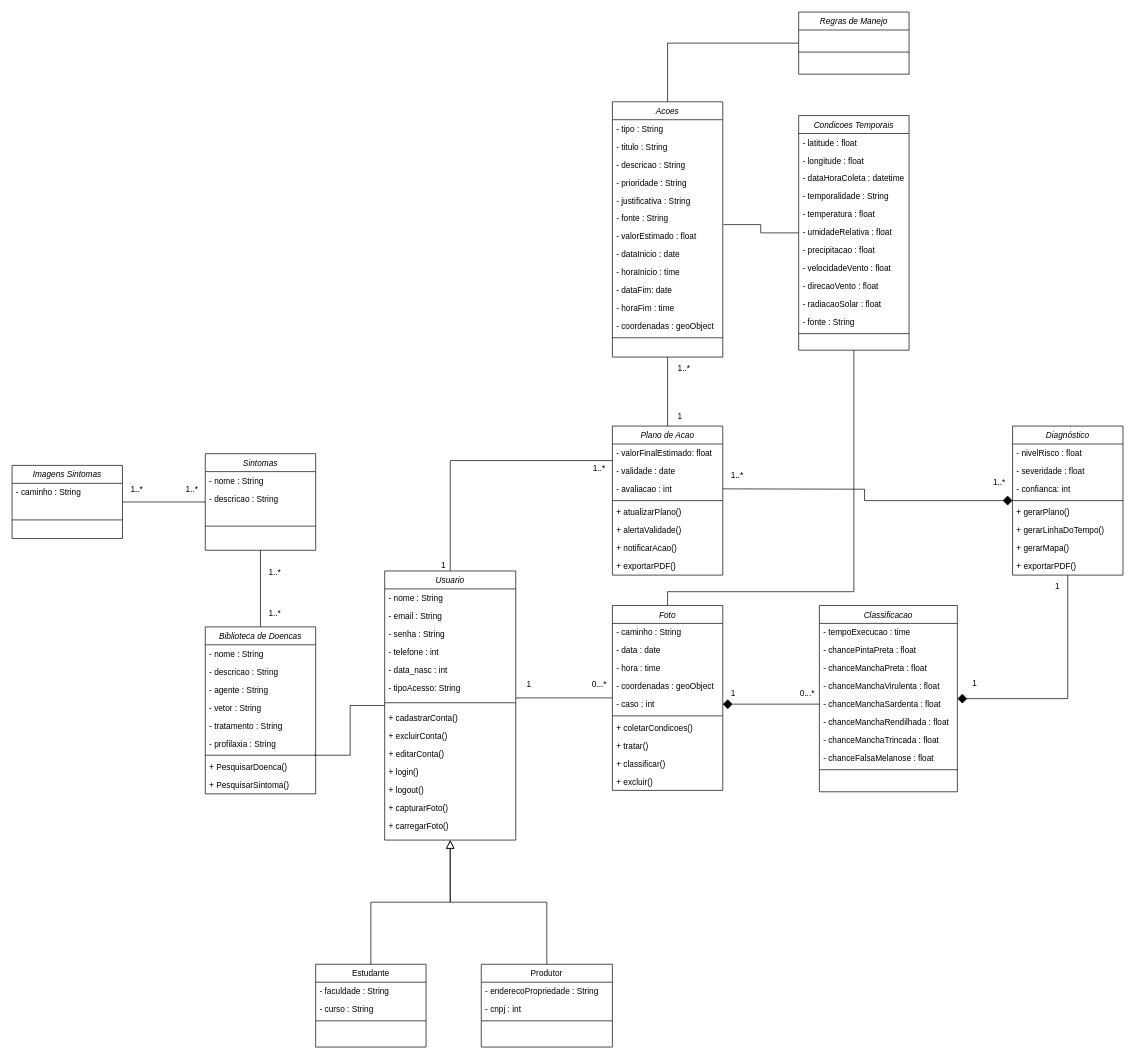
The draw.io diagram uml/classes_blackspot.drawio in guilhermexmada/pi-ponskan, before the edit. Source tidied: cells renumbered, new cells numbered last; positions are measured from the earlier drawing's top-left corner, leaving out a move shared by most shapes. Both pictures are drawn from the tidied source at 69%, with x=0, y=0 at pixel (12, 12).
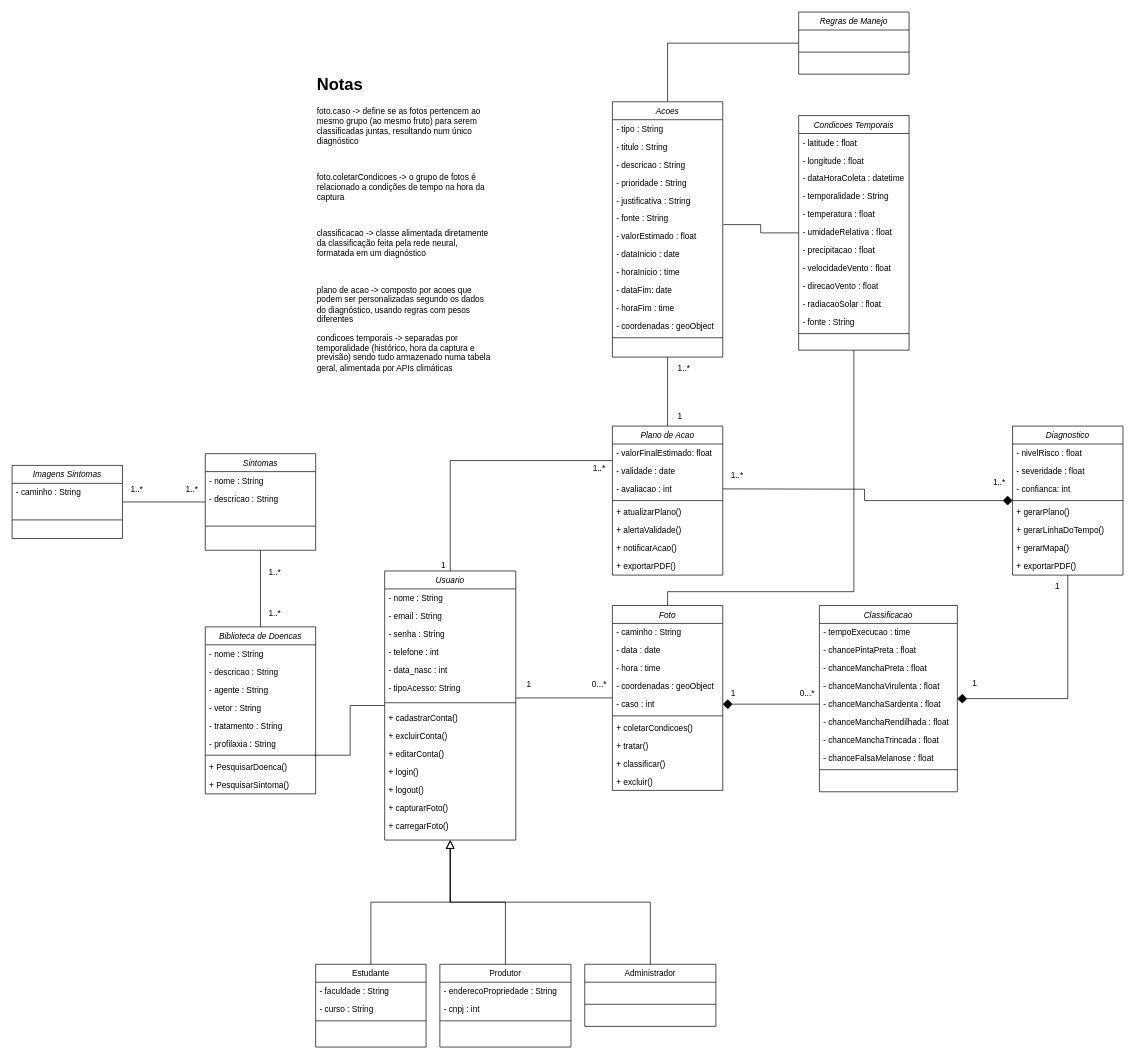
Above is the later version.

The change refers to these unchanged cells:
```xml
<mxCell id="2" value="Usuario" style="swimlane;fontStyle=2;align=center;verticalAlign=top;horizontal=1;startSize=26;rounded=0;shadow=0;strokeWidth=1;" parent="1" vertex="1">
  <mxGeometry x="540" y="810" width="190" height="390" as="geometry" />
</mxCell>
```

Diff of the diagram source:
```diff
@@
     <mxCell id="22" value="Produtor" style="swimlane;fontStyle=0;align=center;verticalAlign=top;horizontal=1;startSize=26;rounded=0;shadow=0;strokeWidth=1;" parent="1" vertex="1">
-      <mxGeometry x="680" y="1380" width="190" height="120" as="geometry" />
+      <mxGeometry x="620" y="1380" width="190" height="120" as="geometry" />
     </mxCell>
@@
-    <mxCell id="70" value="Diagnóstico" style="swimlane;fontStyle=2;align=center;verticalAlign=top;horizontal=1;startSize=26;rounded=0;shadow=0;strokeWidth=1;" parent="1" vertex="1">
+    <mxCell id="70" value="Diagnostico" style="swimlane;fontStyle=2;align=center;verticalAlign=top;horizontal=1;startSize=26;rounded=0;shadow=0;strokeWidth=1;" parent="1" vertex="1">
       <mxGeometry x="1450" y="600" width="160" height="216" as="geometry" />
     </mxCell>
@@
+    <mxCell id="140" value="Administrador" style="swimlane;fontStyle=0;align=center;verticalAlign=top;horizontal=1;startSize=26;rounded=0;shadow=0;strokeWidth=1;" parent="1" vertex="1">
+      <mxGeometry x="830" y="1380" width="190" height="90" as="geometry" />
+    </mxCell>
+    <mxCell id="141" style="line;html=1;strokeWidth=1;align=left;verticalAlign=middle;spacingTop=-1;spacingLeft=3;spacingRight=3;labelPosition=right;" parent="140" vertex="1">
+      <mxGeometry y="26" width="190" height="64" as="geometry" />
+    </mxCell>
+    <mxCell id="142" style="endArrow=block;endSize=10;endFill=0;shadow=0;strokeWidth=1;rounded=0;curved=0;edgeStyle=elbowEdgeStyle;elbow=vertical;exitX=0.5;exitY=0;exitDx=0;exitDy=0;entryX=0.5;entryY=1;entryDx=0;entryDy=0;" parent="1" edge="1" source="140" target="2">
+      <mxGeometry relative="1" as="geometry" />
+    </mxCell>
+    <mxCell id="143" value="&lt;h1 style=&quot;margin-top: 0px;&quot;&gt;Notas&lt;/h1&gt;&lt;p&gt;foto.caso -&amp;gt; define se as fotos pertencem ao mesmo grupo (ao mesmo fruto) para serem classificadas juntas, resultando num único diagnóstico&lt;/p&gt;&lt;p&gt;&lt;br&gt;&lt;/p&gt;&lt;p&gt;foto.coletarCondicoes -&amp;gt; o grupo de fotos é relacionado a condições de tempo na hora da captura&lt;/p&gt;&lt;p&gt;&lt;br&gt;&lt;/p&gt;&lt;p&gt;classificacao -&amp;gt; classe alimentada diretamente da classificação feita pela rede neural, formatada em um diagnóstico&lt;/p&gt;&lt;p&gt;&lt;br&gt;&lt;/p&gt;&lt;p&gt;plano de acao -&amp;gt; composto por acoes que podem ser personalizadas segundo os dados do diagnóstico, usando regras com pesos diferentes&lt;/p&gt;&lt;p&gt;condicoes temporais -&amp;gt; separadas por temporalidade (histórico, hora da captura e previsão) sendo tudo armazenado numa tabela geral, alimentada por APIs climáticas&lt;/p&gt;" style="text;html=1;whiteSpace=wrap;overflow=hidden;rounded=0;" parent="1" vertex="1">
+      <mxGeometry x="440" y="85" width="260" height="460" as="geometry" />
+    </mxCell>
```
